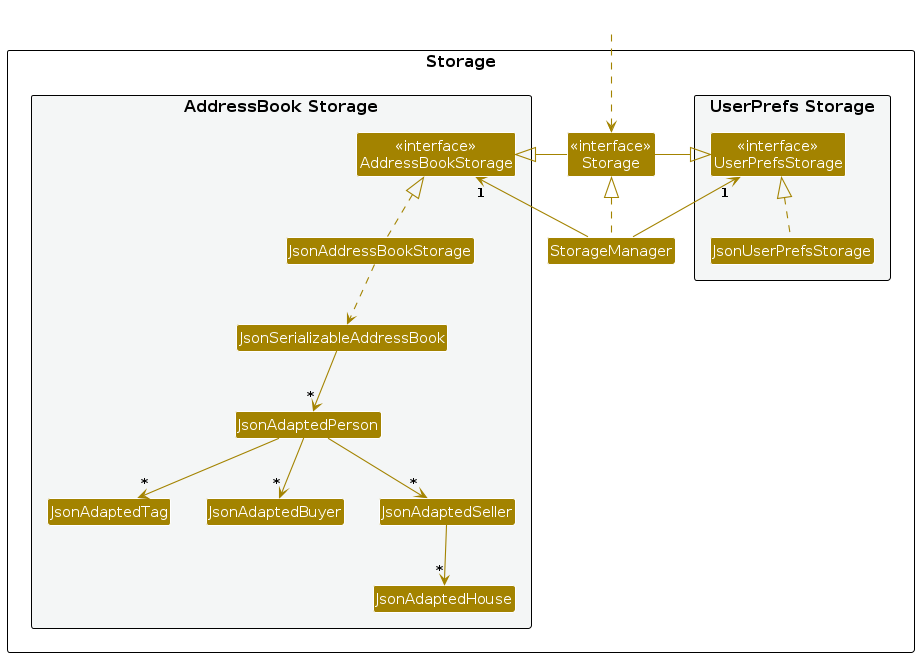
Before: diagrams/StorageClassDiagram.png, a diagram exported from PlantUML (lokidoki102/tp). Its source is kept beside it as diagrams/StorageClassDiagram.puml.
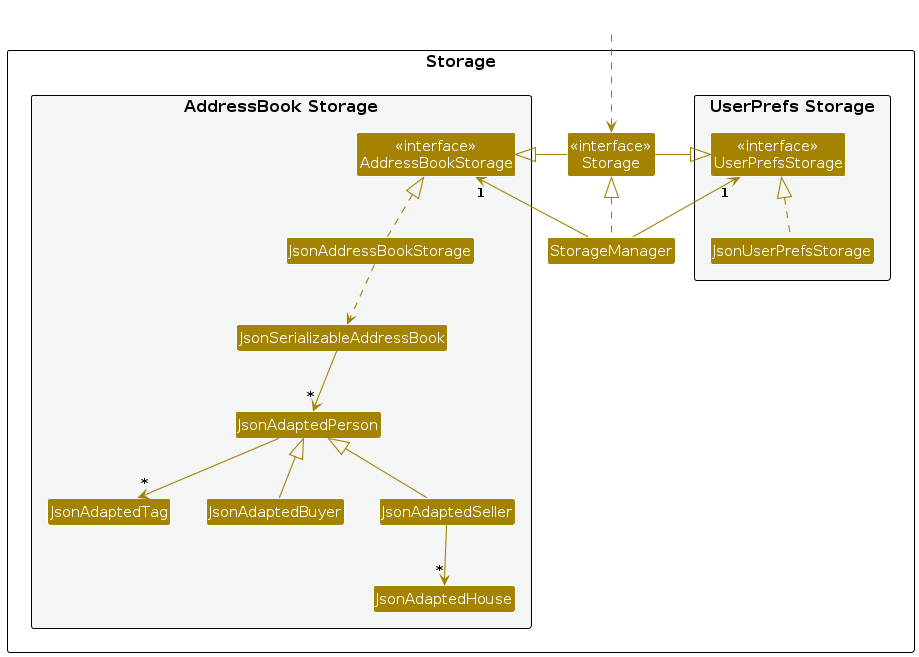
Later version of the same file.

Change to the diagram source:
```diff
@@ -20,8 +20,8 @@
 Class JsonSerializableAddressBook
 Class JsonAdaptedPerson
 Class JsonAdaptedTag
-Class JsonAdaptedBuyer
-Class JsonAdaptedSeller
+Class JsonAdaptedBuyer extends JsonAdaptedPerson
+Class JsonAdaptedSeller extends JsonAdaptedPerson
 Class JsonAdaptedHouse
 }
 
@@ -42,8 +42,6 @@
 JsonAddressBookStorage ..> JsonSerializableAddressBook
 JsonSerializableAddressBook --> "*" JsonAdaptedPerson
 JsonAdaptedPerson --> "*" JsonAdaptedTag
-JsonAdaptedPerson --> "*" JsonAdaptedBuyer
-JsonAdaptedPerson --> "*" JsonAdaptedSeller
 JsonAdaptedSeller --> "*" JsonAdaptedHouse
 
 @enduml
```
